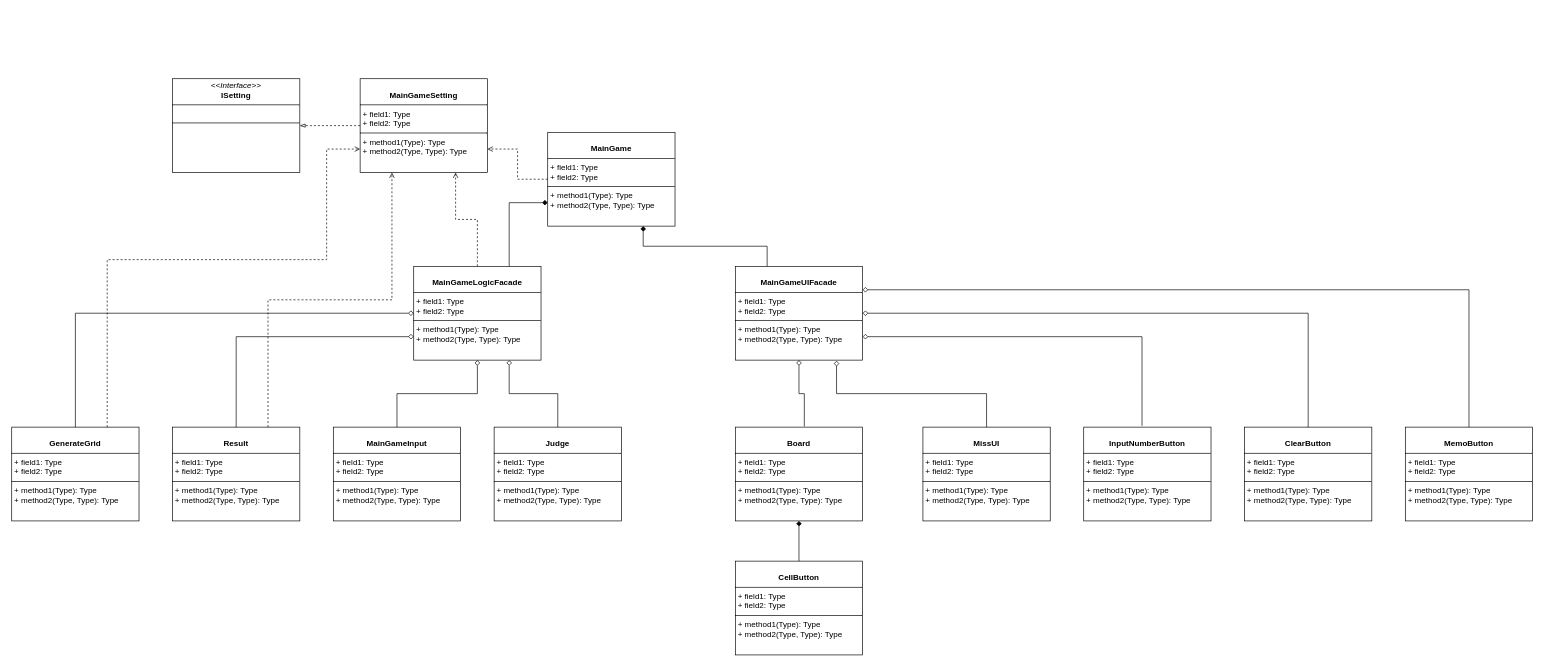
This is Assets/UML/sudoku.drawio from atenai/Sudoku, a draw.io file, before an edit. Source tidied: cells renumbered, new cells numbered last; positions are measured from the earlier drawing's top-left corner, leaving out a move shared by most shapes. Both pictures are drawn from the tidied source at 67%, with x=0, y=0 at pixel (11, 78).
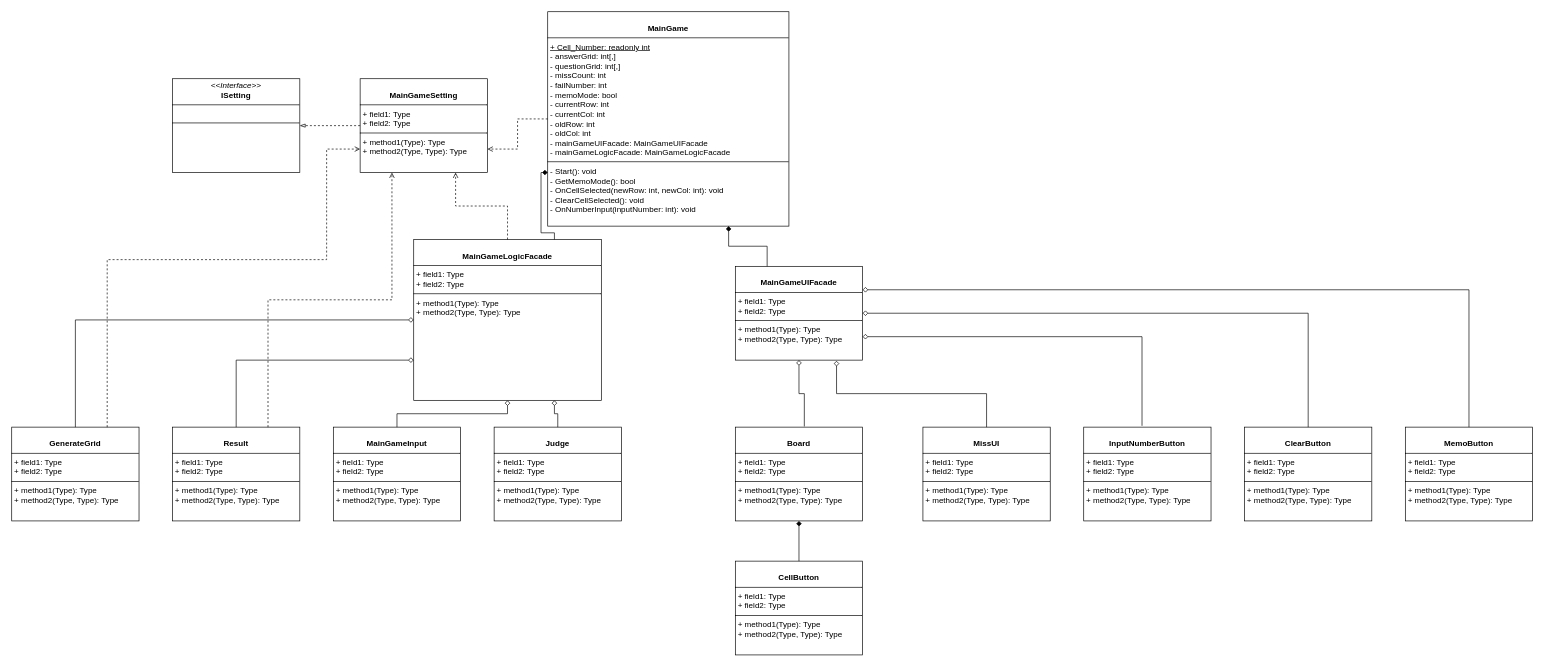
Above is the later version.

Commit message (it also covers changes not shown here):
クラス図の作成

The edit, as a diff of the source:
```diff
@@
     <mxCell id="4" value="&lt;p style=&quot;margin:0px;margin-top:4px;text-align:center;&quot;&gt;&lt;br&gt;&lt;b&gt;MainGameLogicFacade&lt;/b&gt;&lt;/p&gt;&lt;hr size=&quot;1&quot; style=&quot;border-style:solid;&quot;&gt;&lt;p style=&quot;margin:0px;margin-left:4px;&quot;&gt;+ field1: Type&lt;br&gt;+ field2: Type&lt;/p&gt;&lt;hr size=&quot;1&quot; style=&quot;border-style:solid;&quot;&gt;&lt;p style=&quot;margin:0px;margin-left:4px;&quot;&gt;+ method1(Type): Type&lt;br&gt;+ method2(Type, Type): Type&lt;/p&gt;" style="verticalAlign=top;align=left;overflow=fill;html=1;whiteSpace=wrap;" parent="1" vertex="1">
-      <mxGeometry x="600" y="280" width="190" height="140" as="geometry" />
+      <mxGeometry x="600" y="240" width="280" height="240" as="geometry" />
     </mxCell>
-    <mxCell id="5" value="&lt;p style=&quot;margin:0px;margin-top:4px;text-align:center;&quot;&gt;&lt;br&gt;&lt;b&gt;MainGame&lt;/b&gt;&lt;/p&gt;&lt;hr size=&quot;1&quot; style=&quot;border-style:solid;&quot;&gt;&lt;p style=&quot;margin:0px;margin-left:4px;&quot;&gt;+ field1: Type&lt;br&gt;+ field2: Type&lt;/p&gt;&lt;hr size=&quot;1&quot; style=&quot;border-style:solid;&quot;&gt;&lt;p style=&quot;margin:0px;margin-left:4px;&quot;&gt;+ method1(Type): Type&lt;br&gt;+ method2(Type, Type): Type&lt;/p&gt;" style="verticalAlign=top;align=left;overflow=fill;html=1;whiteSpace=wrap;" parent="1" vertex="1">
-      <mxGeometry x="800" y="80" width="190" height="140" as="geometry" />
+    <mxCell id="5" value="&lt;p style=&quot;margin:0px;margin-top:4px;text-align:center;&quot;&gt;&lt;br&gt;&lt;b&gt;MainGame&lt;/b&gt;&lt;/p&gt;&lt;hr size=&quot;1&quot; style=&quot;border-style:solid;&quot;&gt;&lt;p style=&quot;margin:0px;margin-left:4px;&quot;&gt;&lt;u&gt;+ Cell_Number: readonly int&lt;/u&gt;&lt;br&gt;- answerGrid: int[,]&lt;/p&gt;&lt;p style=&quot;margin:0px;margin-left:4px;&quot;&gt;- questionGrid: int[,]&lt;/p&gt;&lt;p style=&quot;margin:0px;margin-left:4px;&quot;&gt;- missCount: int&lt;/p&gt;&lt;p style=&quot;margin:0px;margin-left:4px;&quot;&gt;- failNumber: int&lt;/p&gt;&lt;p style=&quot;margin:0px;margin-left:4px;&quot;&gt;- memoMode: bool&lt;/p&gt;&lt;p style=&quot;margin:0px;margin-left:4px;&quot;&gt;- currentRow: int&lt;/p&gt;&lt;p style=&quot;margin:0px;margin-left:4px;&quot;&gt;- currentCol: int&lt;/p&gt;&lt;p style=&quot;margin:0px;margin-left:4px;&quot;&gt;- oldRow: int&lt;/p&gt;&lt;p style=&quot;margin:0px;margin-left:4px;&quot;&gt;- oldCol: int&lt;/p&gt;&lt;p style=&quot;margin:0px;margin-left:4px;&quot;&gt;- mainGameUIFacade: MainGameUIFacade&lt;/p&gt;&lt;p style=&quot;margin:0px;margin-left:4px;&quot;&gt;- mainGameLogicFacade: MainGameLogicFacade&lt;/p&gt;&lt;hr size=&quot;1&quot; style=&quot;border-style:solid;&quot;&gt;&lt;p style=&quot;margin:0px;margin-left:4px;&quot;&gt;- Start(): void&lt;br&gt;- GetMemoMode(): bool&lt;/p&gt;&lt;p style=&quot;margin:0px;margin-left:4px;&quot;&gt;- OnCellSelected(newRow: int, newCol: int): void&lt;/p&gt;&lt;p style=&quot;margin:0px;margin-left:4px;&quot;&gt;- ClearCellSelected(): void&lt;/p&gt;&lt;p style=&quot;margin:0px;margin-left:4px;&quot;&gt;- OnNumberInput(inputNumber: int): void&lt;/p&gt;" style="verticalAlign=top;align=left;overflow=fill;html=1;whiteSpace=wrap;" parent="1" vertex="1">
+      <mxGeometry x="800" y="-100" width="360" height="320" as="geometry" />
     </mxCell>
```
